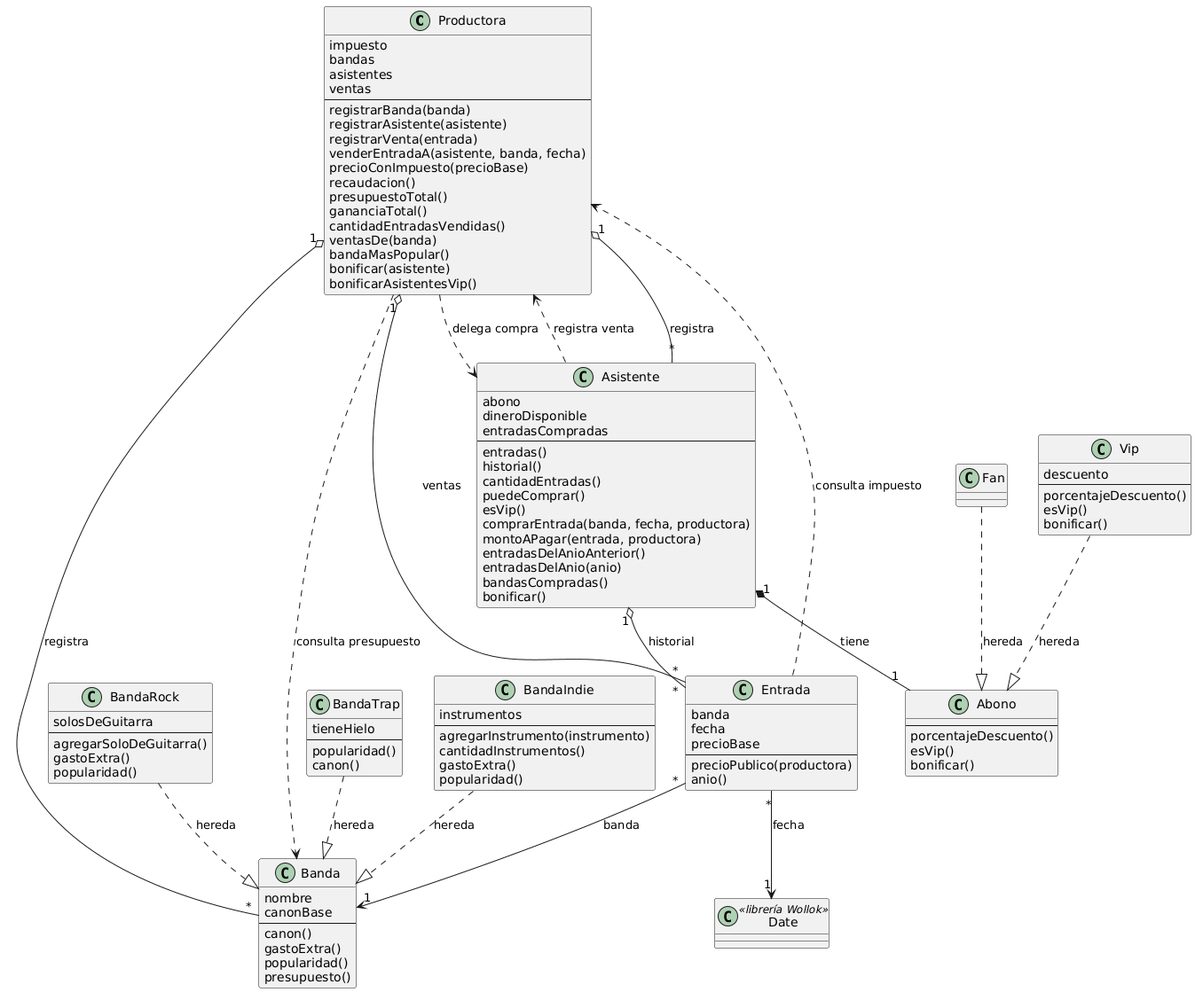
alvarezig/PDEP-Entertainment keeps this PlantUML diagram as diagrama_solucion_Ignacio_Alvarez.png. Above is the earlier version.
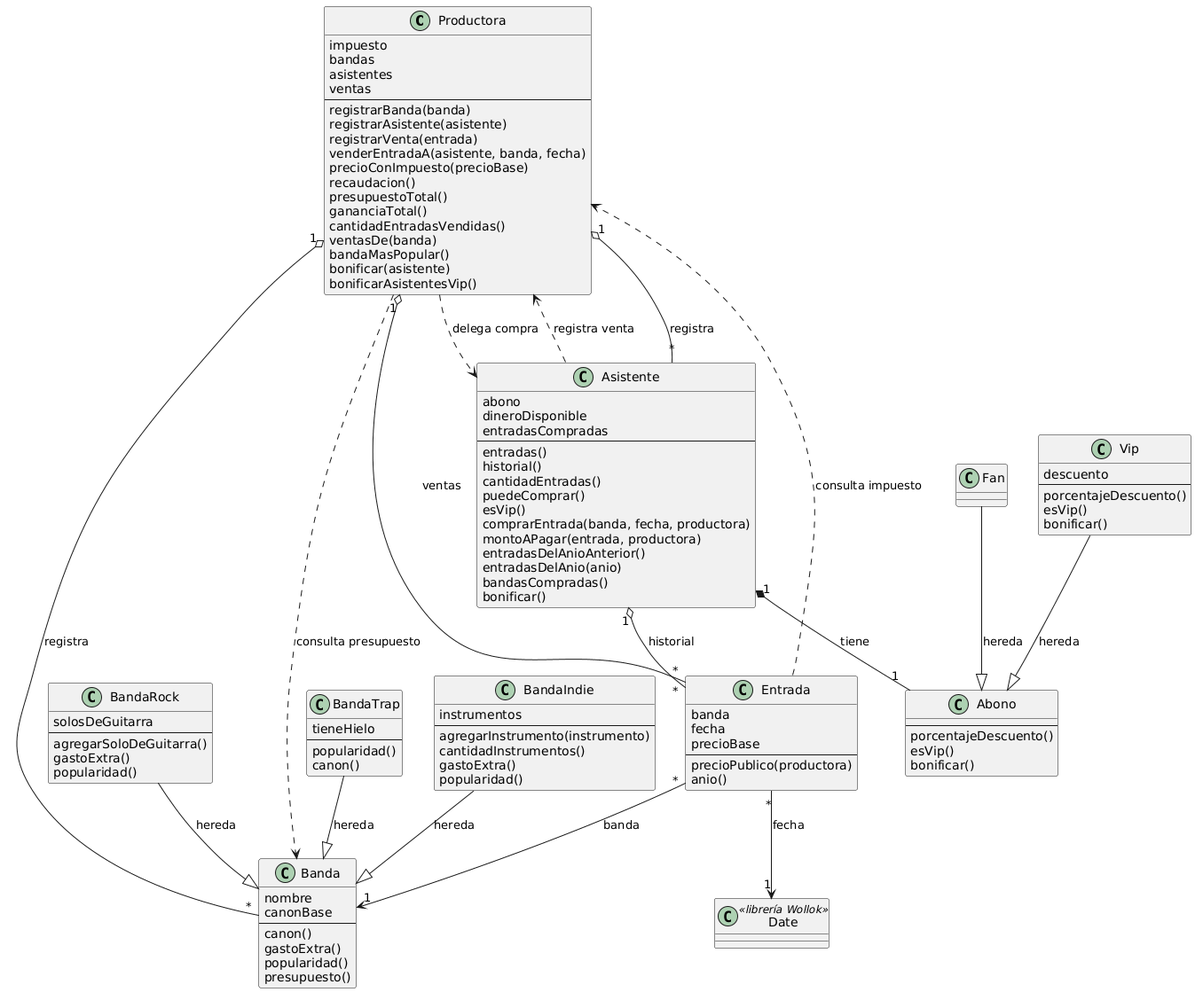
After the change.

Commit message:
docs: corrige el diagrama y aclara el uso de herencia

Change to the diagram source:
```diff
@@ -110,11 +110,11 @@
 Entrada "*" --> "1" Banda : banda
 Entrada "*" --> "1" Date : fecha
 
-BandaRock ..|> Banda : hereda
-BandaTrap ..|> Banda : hereda
-BandaIndie ..|> Banda : hereda
-Fan ..|> Abono : hereda
-Vip ..|> Abono : hereda
+BandaRock --|> Banda : hereda
+BandaTrap --|> Banda : hereda
+BandaIndie --|> Banda : hereda
+Fan --|> Abono : hereda
+Vip --|> Abono : hereda
 
 Entrada ..> Productora : consulta impuesto
 Asistente ..> Productora : registra venta
```
